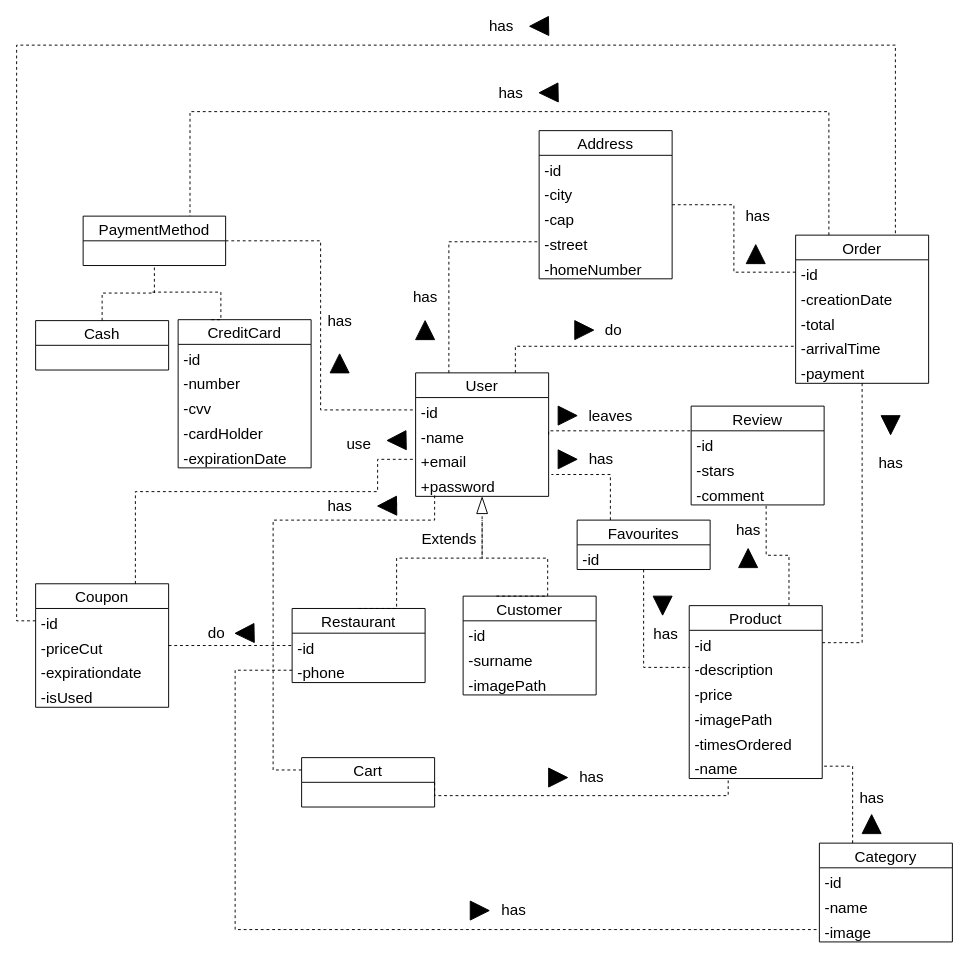
The draw.io diagram documentazione/Diagrammi/class domain.drawio in Flacaro/TasteIt, before the edit. Source tidied: cells renumbered, new cells numbered last; positions are measured from the earlier drawing's top-left corner, leaving out a move shared by most shapes. Both pictures are drawn from the tidied source at 95%, with x=0, y=0 at pixel (16, 16).
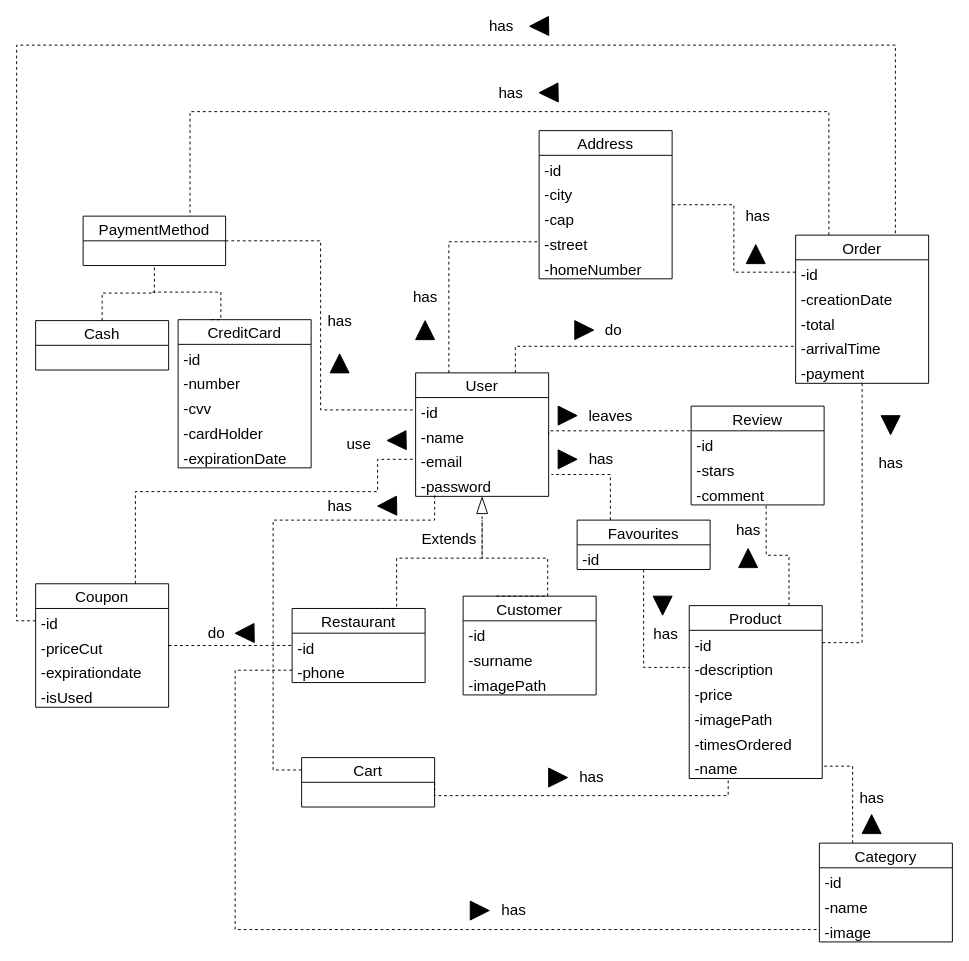
The same page after the edit.

The change refers to these unchanged cells:
```xml
<mxCell id="8" value="User" style="swimlane;fontStyle=0;horizontal=1;startSize=26;fillColor=none;fontSize=16;" parent="1" vertex="1">
  <mxGeometry x="420" y="375" width="140" height="130" as="geometry" />
</mxCell>
```

The edit, as a diff of the source:
```diff
@@
-    <mxCell id="11" value="+email" style="text;strokeColor=none;fillColor=none;align=left;verticalAlign=top;spacingLeft=4;spacingRight=4;overflow=hidden;points=[[0,0.5],[1,0.5]];portConstraint=eastwest;fontSize=16;" parent="8" vertex="1">
+    <mxCell id="11" value="-email" style="text;strokeColor=none;fillColor=none;align=left;verticalAlign=top;spacingLeft=4;spacingRight=4;overflow=hidden;points=[[0,0.5],[1,0.5]];portConstraint=eastwest;fontSize=16;" parent="8" vertex="1">
       <mxGeometry y="78" width="140" height="26" as="geometry" />
     </mxCell>
-    <mxCell id="12" value="+password" style="text;strokeColor=none;fillColor=none;align=left;verticalAlign=top;spacingLeft=4;spacingRight=4;overflow=hidden;points=[[0,0.5],[1,0.5]];portConstraint=eastwest;fontSize=16;" parent="8" vertex="1">
+    <mxCell id="12" value="-password" style="text;strokeColor=none;fillColor=none;align=left;verticalAlign=top;spacingLeft=4;spacingRight=4;overflow=hidden;points=[[0,0.5],[1,0.5]];portConstraint=eastwest;fontSize=16;" parent="8" vertex="1">
       <mxGeometry y="104" width="140" height="26" as="geometry" />
     </mxCell>
```
